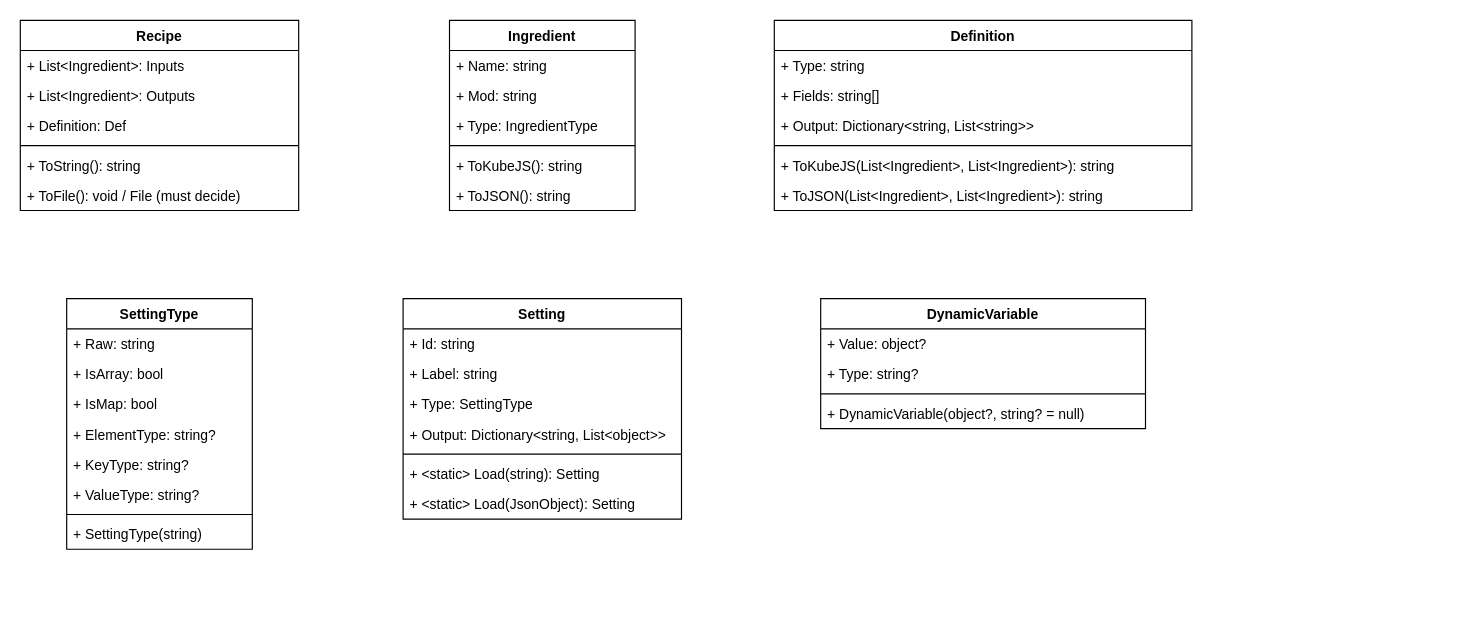
WeeeBuch/KubeCrafter keeps this draw.io diagram as page "Core classes" (3 of 6) of Diagram.drawio. Above is the earlier version. Source tidied: cells renumbered, new cells numbered last; positions are measured from the earlier drawing's top-left corner, leaving out a move shared by most shapes. Both pictures are drawn from the tidied source at 116%, with x=0, y=0 at pixel (20, 20).
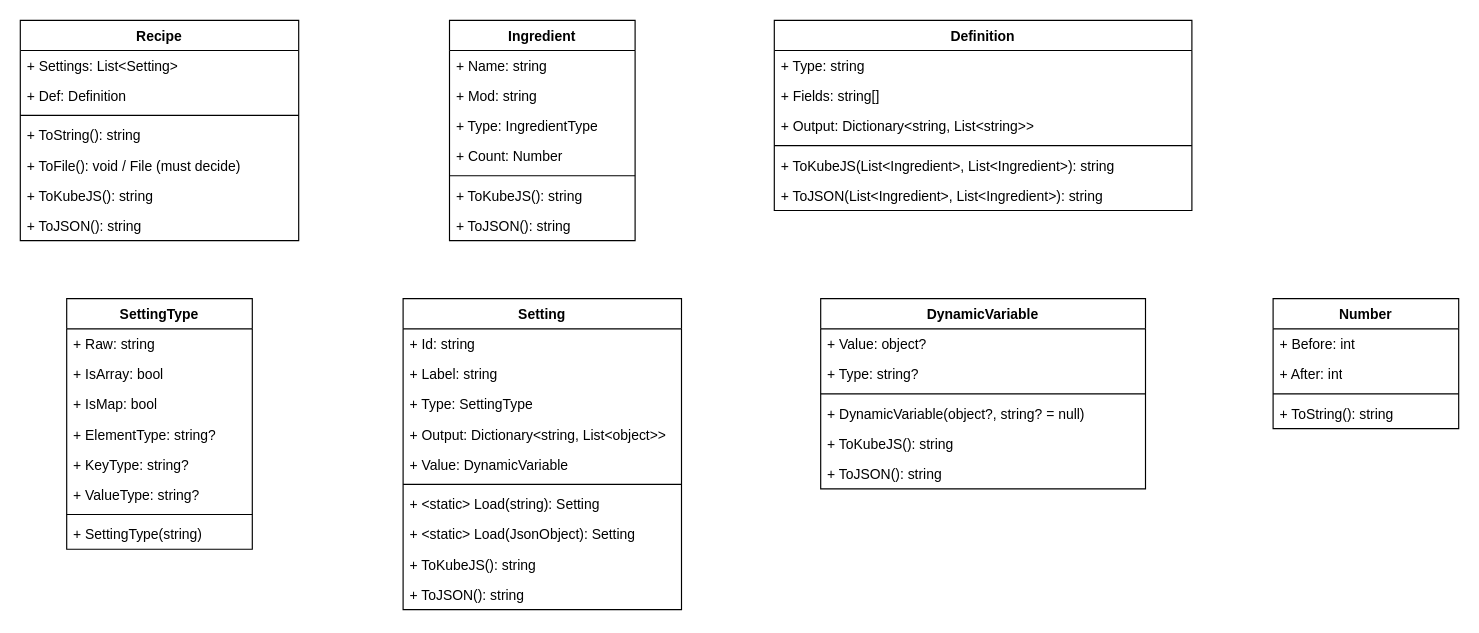
After the change.

Commit message (it also covers changes not shown here):
Adds recipe definition diagram

Adds a new diagram that defines recipe and setting types,
and describes output formatting using lists, arrays and dictionaries.

Also, expands existing core classes diagram.

Diff of the diagram source:
```diff
@@
     <mxCell id="2" value="Recipe" style="swimlane;fontStyle=1;align=center;verticalAlign=top;horizontal=1;startSize=26;whiteSpace=wrap;html=1;" parent="1" vertex="1">
-      <mxGeometry width="240" height="164" as="geometry" />
+      <mxGeometry width="240" height="190" as="geometry" />
     </mxCell>
-    <mxCell id="3" value="+ List&amp;lt;Ingredient&amp;gt;: Inputs" style="text;strokeColor=none;fillColor=none;align=left;verticalAlign=top;spacingLeft=4;spacingRight=4;overflow=hidden;whiteSpace=wrap;html=1;" parent="2" vertex="1">
+    <mxCell id="3" value="+ Settings: List&amp;lt;Setting&amp;gt;" style="text;strokeColor=none;fillColor=none;align=left;verticalAlign=top;spacingLeft=4;spacingRight=4;overflow=hidden;whiteSpace=wrap;html=1;" parent="2" vertex="1">
       <mxGeometry y="26" width="240" height="26" as="geometry" />
     </mxCell>
-    <mxCell id="4" value="+ List&amp;lt;Ingredient&amp;gt;: Outputs" style="text;strokeColor=none;fillColor=none;align=left;verticalAlign=top;spacingLeft=4;spacingRight=4;overflow=hidden;whiteSpace=wrap;html=1;" parent="2" vertex="1">
-      <mxGeometry y="52" width="240" height="26" as="geometry" />
-    </mxCell>
-    <mxCell id="5" value="+ Definition: Def" style="text;strokeColor=none;fillColor=none;align=left;verticalAlign=top;spacingLeft=4;spacingRight=4;overflow=hidden;whiteSpace=wrap;html=1;" parent="2" vertex="1">
-      <mxGeometry y="78" width="240" height="26" as="geometry" />
+    <mxCell id="5" value="+ Def: Definition" style="text;strokeColor=none;fillColor=none;align=left;verticalAlign=top;spacingLeft=4;spacingRight=4;overflow=hidden;whiteSpace=wrap;html=1;" parent="2" vertex="1">
+      <mxGeometry y="52" width="240" height="26" as="geometry" />
     </mxCell>
     <mxCell id="6" style="line;strokeWidth=1;fillColor=none;align=left;verticalAlign=middle;spacingTop=-1;spacingLeft=3;spacingRight=3;labelPosition=right;strokeColor=inherit;" parent="2" vertex="1">
-      <mxGeometry y="104" width="240" height="8" as="geometry" />
+      <mxGeometry y="78" width="240" height="8" as="geometry" />
     </mxCell>
     <mxCell id="7" value="+ ToString(): string" style="text;strokeColor=none;fillColor=none;align=left;verticalAlign=top;spacingLeft=4;spacingRight=4;overflow=hidden;whiteSpace=wrap;html=1;" parent="2" vertex="1">
-      <mxGeometry y="112" width="240" height="26" as="geometry" />
+      <mxGeometry y="86" width="240" height="26" as="geometry" />
     </mxCell>
     <mxCell id="8" value="+ ToFile(): void / File (must decide)" style="text;strokeColor=none;fillColor=none;align=left;verticalAlign=top;spacingLeft=4;spacingRight=4;overflow=hidden;whiteSpace=wrap;html=1;" parent="2" vertex="1">
-      <mxGeometry y="138" width="240" height="26" as="geometry" />
+      <mxGeometry y="112" width="240" height="26" as="geometry" />
     </mxCell>
+    <mxCell id="45" value="+ ToKubeJS(): string" style="text;strokeColor=none;fillColor=none;align=left;verticalAlign=top;spacingLeft=4;spacingRight=4;overflow=hidden;whiteSpace=wrap;html=1;" parent="2" vertex="1">
+      <mxGeometry y="138" width="240" height="26" as="geometry" />
+    </mxCell>
+    <mxCell id="46" value="+ ToJSON(): string" style="text;strokeColor=none;fillColor=none;align=left;verticalAlign=top;spacingLeft=4;spacingRight=4;overflow=hidden;whiteSpace=wrap;html=1;" parent="2" vertex="1">
+      <mxGeometry y="164" width="240" height="26" as="geometry" />
+    </mxCell>
     <mxCell id="9" value="Ingredient" style="swimlane;fontStyle=1;align=center;verticalAlign=top;horizontal=1;startSize=26;whiteSpace=wrap;html=1;" parent="1" vertex="1">
-      <mxGeometry x="370" width="160" height="164" as="geometry" />
+      <mxGeometry x="370" width="160" height="190" as="geometry" />
     </mxCell>
@@
+    <mxCell id="47" value="&lt;div&gt;+ Count: Number&lt;/div&gt;" style="text;strokeColor=none;fillColor=none;align=left;verticalAlign=top;spacingLeft=4;spacingRight=4;overflow=hidden;whiteSpace=wrap;html=1;" parent="9" vertex="1">
+      <mxGeometry y="104" width="160" height="26" as="geometry" />
+    </mxCell>
     <mxCell id="13" style="line;strokeWidth=1;fillColor=none;align=left;verticalAlign=middle;spacingTop=-1;spacingLeft=3;spacingRight=3;labelPosition=right;strokeColor=inherit;" parent="9" vertex="1">
-      <mxGeometry y="104" width="160" height="8" as="geometry" />
+      <mxGeometry y="130" width="160" height="8" as="geometry" />
     </mxCell>
     <mxCell id="14" value="+ ToKubeJS(): string" style="text;strokeColor=none;fillColor=none;align=left;verticalAlign=top;spacingLeft=4;spacingRight=4;overflow=hidden;whiteSpace=wrap;html=1;" parent="9" vertex="1">
-      <mxGeometry y="112" width="160" height="26" as="geometry" />
+      <mxGeometry y="138" width="160" height="26" as="geometry" />
     </mxCell>
     <mxCell id="15" value="+ ToJSON(): string" style="text;strokeColor=none;fillColor=none;align=left;verticalAlign=top;spacingLeft=4;spacingRight=4;overflow=hidden;whiteSpace=wrap;html=1;" parent="9" vertex="1">
-      <mxGeometry y="138" width="160" height="26" as="geometry" />
+      <mxGeometry y="164" width="160" height="26" as="geometry" />
     </mxCell>
@@
     <mxCell id="23" value="Setting" style="swimlane;fontStyle=1;align=center;verticalAlign=top;horizontal=1;startSize=26;whiteSpace=wrap;html=1;" parent="1" vertex="1">
-      <mxGeometry x="330" y="240" width="240" height="190" as="geometry" />
+      <mxGeometry x="330" y="240" width="240" height="268" as="geometry" />
     </mxCell>
@@
+    <mxCell id="48" value="+ Value: DynamicVariable" style="text;strokeColor=none;fillColor=none;align=left;verticalAlign=top;spacingLeft=4;spacingRight=4;overflow=hidden;whiteSpace=wrap;html=1;" parent="23" vertex="1">
+      <mxGeometry y="130" width="240" height="26" as="geometry" />
+    </mxCell>
     <mxCell id="28" style="line;strokeWidth=1;fillColor=none;align=left;verticalAlign=middle;spacingTop=-1;spacingLeft=3;spacingRight=3;labelPosition=right;strokeColor=inherit;" parent="23" vertex="1">
-      <mxGeometry y="130" width="240" height="8" as="geometry" />
+      <mxGeometry y="156" width="240" height="8" as="geometry" />
     </mxCell>
     <mxCell id="29" value="+ &amp;lt;static&amp;gt; Load(string): Setting" style="text;strokeColor=none;fillColor=none;align=left;verticalAlign=top;spacingLeft=4;spacingRight=4;overflow=hidden;whiteSpace=wrap;html=1;" parent="23" vertex="1">
-      <mxGeometry y="138" width="240" height="26" as="geometry" />
+      <mxGeometry y="164" width="240" height="26" as="geometry" />
     </mxCell>
     <mxCell id="30" value="+ &amp;lt;static&amp;gt; Load(JsonObject): Setting" style="text;strokeColor=none;fillColor=none;align=left;verticalAlign=top;spacingLeft=4;spacingRight=4;overflow=hidden;whiteSpace=wrap;html=1;" parent="23" vertex="1">
-      <mxGeometry y="164" width="240" height="26" as="geometry" />
+      <mxGeometry y="190" width="240" height="26" as="geometry" />
     </mxCell>
+    <mxCell id="49" value="+ ToKubeJS(): string" style="text;strokeColor=none;fillColor=none;align=left;verticalAlign=top;spacingLeft=4;spacingRight=4;overflow=hidden;whiteSpace=wrap;html=1;" parent="23" vertex="1">
+      <mxGeometry y="216" width="240" height="26" as="geometry" />
+    </mxCell>
+    <mxCell id="50" value="+ ToJSON(): string" style="text;strokeColor=none;fillColor=none;align=left;verticalAlign=top;spacingLeft=4;spacingRight=4;overflow=hidden;whiteSpace=wrap;html=1;" parent="23" vertex="1">
+      <mxGeometry y="242" width="240" height="26" as="geometry" />
+    </mxCell>
     <mxCell id="31" value="DynamicVariable" style="swimlane;fontStyle=1;align=center;verticalAlign=top;horizontal=1;startSize=26;whiteSpace=wrap;html=1;" parent="1" vertex="1">
-      <mxGeometry x="690" y="240" width="280" height="112" as="geometry" />
+      <mxGeometry x="690" y="240" width="280" height="164" as="geometry" />
     </mxCell>
@@
+    <mxCell id="51" value="+ ToKubeJS(): string" style="text;strokeColor=none;fillColor=none;align=left;verticalAlign=top;spacingLeft=4;spacingRight=4;overflow=hidden;whiteSpace=wrap;html=1;" parent="31" vertex="1">
+      <mxGeometry y="112" width="280" height="26" as="geometry" />
+    </mxCell>
+    <mxCell id="52" value="+ ToJSON(): string" style="text;strokeColor=none;fillColor=none;align=left;verticalAlign=top;spacingLeft=4;spacingRight=4;overflow=hidden;whiteSpace=wrap;html=1;" parent="31" vertex="1">
+      <mxGeometry y="138" width="280" height="26" as="geometry" />
+    </mxCell>
@@
+    <mxCell id="53" value="Number" style="swimlane;fontStyle=1;align=center;verticalAlign=top;horizontal=1;startSize=26;whiteSpace=wrap;html=1;" parent="1" vertex="1">
+      <mxGeometry x="1080" y="240" width="160" height="112" as="geometry" />
+    </mxCell>
+    <mxCell id="54" value="+ Before: int" style="text;strokeColor=none;fillColor=none;align=left;verticalAlign=top;spacingLeft=4;spacingRight=4;overflow=hidden;whiteSpace=wrap;html=1;" parent="53" vertex="1">
+      <mxGeometry y="26" width="160" height="26" as="geometry" />
+    </mxCell>
+    <mxCell id="55" value="+ After: int" style="text;strokeColor=none;fillColor=none;align=left;verticalAlign=top;spacingLeft=4;spacingRight=4;overflow=hidden;whiteSpace=wrap;html=1;" parent="53" vertex="1">
+      <mxGeometry y="52" width="160" height="26" as="geometry" />
+    </mxCell>
+    <mxCell id="56" style="line;strokeWidth=1;fillColor=none;align=left;verticalAlign=middle;spacingTop=-1;spacingLeft=3;spacingRight=3;labelPosition=right;strokeColor=inherit;" parent="53" vertex="1">
+      <mxGeometry y="78" width="160" height="8" as="geometry" />
+    </mxCell>
+    <mxCell id="57" value="+ ToString(): string" style="text;strokeColor=none;fillColor=none;align=left;verticalAlign=top;spacingLeft=4;spacingRight=4;overflow=hidden;whiteSpace=wrap;html=1;" parent="53" vertex="1">
+      <mxGeometry y="86" width="160" height="26" as="geometry" />
+    </mxCell>
```
